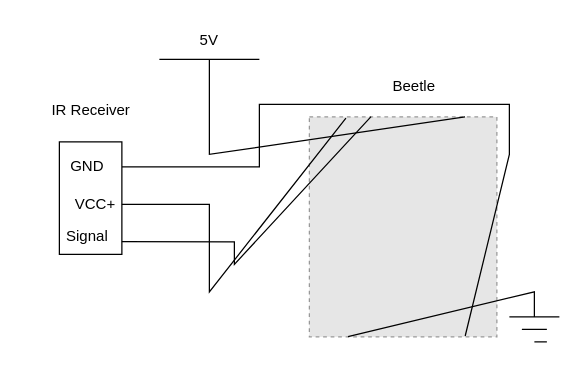
Above: page "figure 1" (1 of 5) of Untitled Diagram.drawio in e0425705/Notes (draw.io), before the change. Source tidied: cells renumbered, new cells numbered last; positions are measured from the earlier drawing's top-left corner, leaving out a move shared by most shapes. Both pictures are drawn from the tidied source at 125%, with x=0, y=0 at pixel (21, 21). Pictures stored in the file or linked from it are replaced by grey dashed boxes.
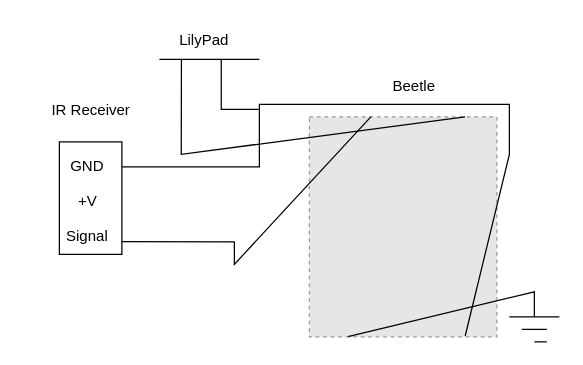
After the change.

The change refers to these unchanged cells:
```xml
<mxCell id="2" style="fillColor=#E6E6E6;strokeColor=#999999;dashed=1;verticalLabelPosition=bottom;labelBackgroundColor=default;verticalAlign=top;" parent="1" vertex="1">
  <mxGeometry x="230" y="76" width="150" height="176" as="geometry" />
</mxCell>
```

Change to the diagram source:
```diff
@@
-    <mxCell id="4" style="endArrow=none;html=1;rounded=0;exitX=0.83;exitY=0;exitDx=0;exitDy=0;exitPerimeter=0;" parent="1" edge="1" source="2">
+    <mxCell id="4" style="endArrow=none;html=1;rounded=0;exitX=0.83;exitY=0;exitDx=0;exitDy=0;exitPerimeter=0;entryX=0.194;entryY=1.008;entryDx=0;entryDy=0;entryPerimeter=0;" parent="1" edge="1" source="2" target="8">
       <mxGeometry relative="1" as="geometry">
-        <mxPoint x="150" y="30" as="targetPoint" />
         <Array as="points">
-          <mxPoint x="150" y="106" />
+          <mxPoint x="127.5" y="106" />
         </Array>
       </mxGeometry>
     </mxCell>
-    <mxCell id="5" style="endArrow=none;html=1;rounded=0;entryX=0.195;entryY=0.006;entryDx=0;entryDy=0;entryPerimeter=0;" parent="1" edge="1" target="2">
-      <mxGeometry relative="1" as="geometry">
-        <mxPoint x="79" y="146" as="sourcePoint" />
-        <Array as="points">
-          <mxPoint x="150" y="146" />
-          <mxPoint x="150" y="216" />
-        </Array>
-      </mxGeometry>
-    </mxCell>
@@
-    <mxCell id="8" value="5V" style="text;html=1;strokeColor=none;fillColor=none;align=center;verticalAlign=middle;whiteSpace=wrap;rounded=0;" parent="1" vertex="1">
-      <mxGeometry x="120" width="60" height="30" as="geometry" />
+    <mxCell id="8" value="LilyPad" style="text;html=1;strokeColor=none;fillColor=none;align=center;verticalAlign=middle;whiteSpace=wrap;rounded=0;" parent="1" vertex="1">
+      <mxGeometry x="116" width="60" height="30" as="geometry" />
     </mxCell>
@@
-    <mxCell id="17" value="VCC+" style="text;html=1;strokeColor=none;fillColor=none;align=center;verticalAlign=middle;whiteSpace=wrap;rounded=0;" parent="1" vertex="1">
-      <mxGeometry x="29" y="131" width="60" height="30" as="geometry" />
+    <mxCell id="17" value="+V" style="text;html=1;strokeColor=none;fillColor=none;align=center;verticalAlign=middle;whiteSpace=wrap;rounded=0;" parent="1" vertex="1">
+      <mxGeometry x="23" y="129" width="60" height="30" as="geometry" />
     </mxCell>
@@
+    <mxCell id="19" style="endArrow=none;html=1;rounded=0;entryX=0.118;entryY=1.014;entryDx=0;entryDy=0;entryPerimeter=0;" parent="1" edge="1">
+      <mxGeometry relative="1" as="geometry">
+        <mxPoint x="189.5" y="70" as="sourcePoint" />
+        <mxPoint x="159.5" y="30" as="targetPoint" />
+        <Array as="points">
+          <mxPoint x="159.5" y="70" />
+        </Array>
+      </mxGeometry>
+    </mxCell>
```
